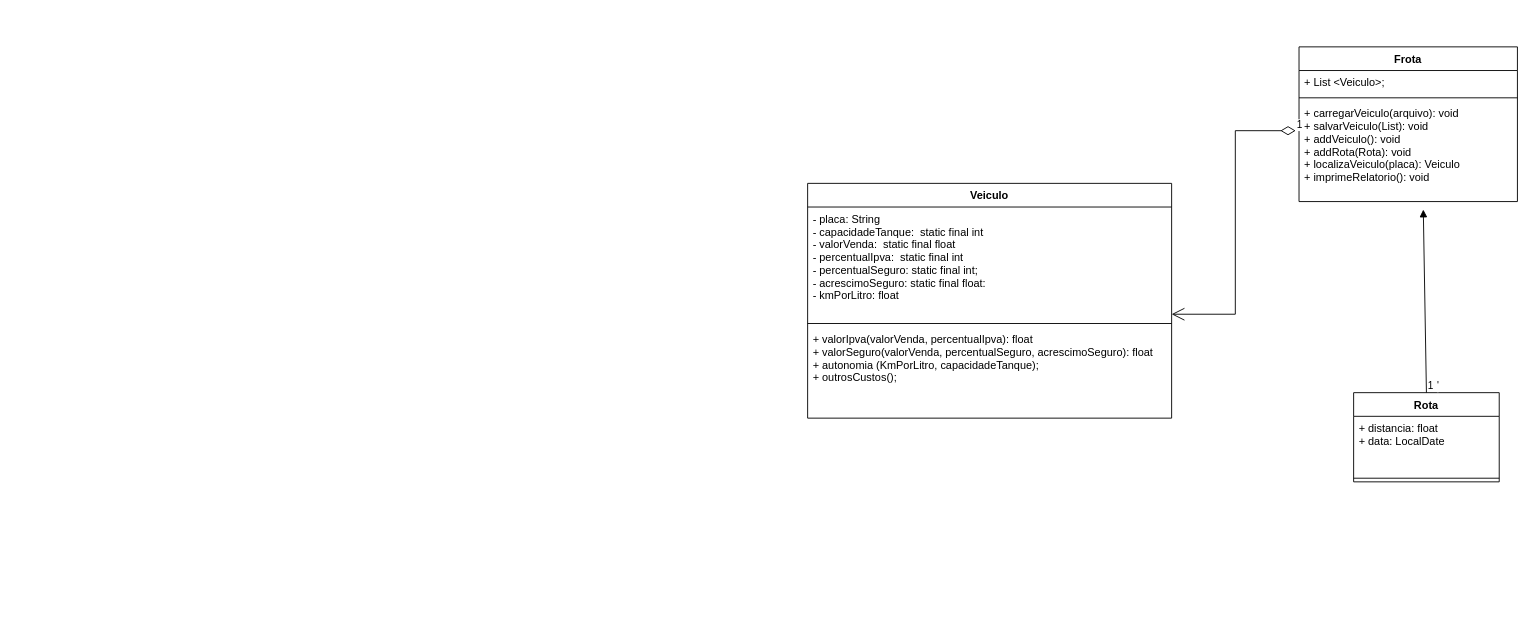
This is docs/diagramas/LPM - Diagrama Projeto 3.drawio from DisciplinasProgramacao/projetos-3-4-5-t-e-a-m, a draw.io file, before an edit. Source tidied: cells renumbered, new cells numbered last; positions are measured from the earlier drawing's top-left corner, leaving out a move shared by most shapes. Both pictures are drawn from the tidied source at 91%, with x=0, y=0 at pixel (807, 46).
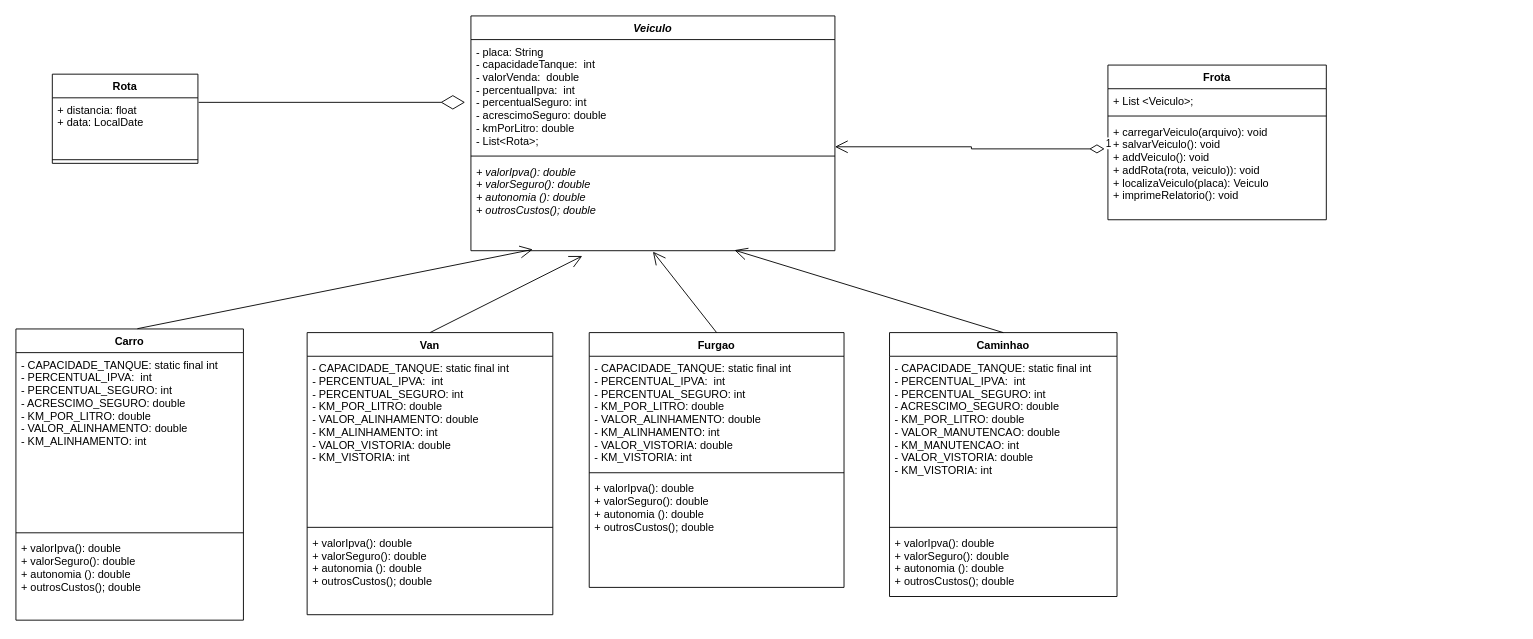
The same page after the edit.

Unchanged cells that the change refers to:
```xml
<mxCell id="7" value="+ distancia: float&#10;+ data: LocalDate " style="text;strokeColor=none;fillColor=none;align=left;verticalAlign=top;spacingLeft=4;spacingRight=4;overflow=hidden;points=[[0,0.5],[1,0.5]];portConstraint=eastwest;" parent="6" vertex="1">
  <mxGeometry y="26" width="160" height="64" as="geometry" />
</mxCell>
```

What changed in the source:
```diff
@@
-    <mxCell id="2" value="Veiculo" style="swimlane;fontStyle=1;align=center;verticalAlign=top;horizontal=1;startSize=26;" parent="1" vertex="1">
-      <mxGeometry y="150" width="400" height="258" as="geometry" />
+    <mxCell id="2" value="Veiculo" style="swimlane;fontStyle=3;align=center;verticalAlign=top;horizontal=1;startSize=26;" parent="1" vertex="1">
+      <mxGeometry x="-370" y="-34" width="400" height="258" as="geometry" />
     </mxCell>
-    <mxCell id="3" value="- placa: String&#10;- capacidadeTanque:  static final int&#10;- valorVenda:  static final float&#10;- percentualIpva:  static final int&#10;- percentualSeguro: static final int;&#10;- acrescimoSeguro: static final float:&#10;- kmPorLitro: float" style="text;strokeColor=none;fillColor=none;align=left;verticalAlign=top;spacingLeft=4;spacingRight=4;overflow=hidden;points=[[0,0.5],[1,0.5]];portConstraint=eastwest;" parent="2" vertex="1">
+    <mxCell id="3" value="- placa: String&#10;- capacidadeTanque:  int&#10;- valorVenda:  double&#10;- percentualIpva:  int&#10;- percentualSeguro: int&#10;- acrescimoSeguro: double&#10;- kmPorLitro: double&#10;- List&lt;Rota&gt;;" style="text;strokeColor=none;fillColor=none;align=left;verticalAlign=top;spacingLeft=4;spacingRight=4;overflow=hidden;points=[[0,0.5],[1,0.5]];portConstraint=eastwest;" parent="2" vertex="1">
       <mxGeometry y="26" width="400" height="124" as="geometry" />
     </mxCell>
@@
-    <mxCell id="5" value="+ valorIpva(valorVenda, percentualIpva): float&#10;+ valorSeguro(valorVenda, percentualSeguro, acrescimoSeguro): float&#10;+ autonomia (KmPorLitro, capacidadeTanque);&#10;+ outrosCustos();" style="text;strokeColor=none;fillColor=none;align=left;verticalAlign=top;spacingLeft=4;spacingRight=4;overflow=hidden;points=[[0,0.5],[1,0.5]];portConstraint=eastwest;" parent="2" vertex="1">
+    <mxCell id="5" value="+ valorIpva(): double&#10;+ valorSeguro(): double&#10;+ autonomia (): double&#10;+ outrosCustos(); double" style="text;strokeColor=none;fillColor=none;align=left;verticalAlign=top;spacingLeft=4;spacingRight=4;overflow=hidden;points=[[0,0.5],[1,0.5]];portConstraint=eastwest;fontStyle=2;" parent="2" vertex="1">
       <mxGeometry y="158" width="400" height="100" as="geometry" />
     </mxCell>
     <mxCell id="6" value="Rota" style="swimlane;fontStyle=1;align=center;verticalAlign=top;horizontal=1;startSize=26;" parent="1" vertex="1">
-      <mxGeometry x="600" y="380" width="160" height="98" as="geometry" />
+      <mxGeometry x="-830" y="30" width="160" height="98" as="geometry" />
     </mxCell>
@@
     <mxCell id="9" value="Frota" style="swimlane;fontStyle=1;align=center;verticalAlign=top;horizontal=1;startSize=26;" parent="1" vertex="1">
-      <mxGeometry x="540" width="240" height="170" as="geometry" />
+      <mxGeometry x="330" y="20" width="240" height="170" as="geometry" />
     </mxCell>
@@
-    <mxCell id="12" value="+ carregarVeiculo(arquivo): void&#10;+ salvarVeiculo(List): void&#10;+ addVeiculo(): void&#10;+ addRota(Rota): void&#10;+ localizaVeiculo(placa): Veiculo&#10;+ imprimeRelatorio(): void" style="text;strokeColor=none;fillColor=none;align=left;verticalAlign=top;spacingLeft=4;spacingRight=4;overflow=hidden;points=[[0,0.5],[1,0.5]];portConstraint=eastwest;" parent="9" vertex="1">
+    <mxCell id="12" value="+ carregarVeiculo(arquivo): void&#10;+ salvarVeiculo(): void&#10;+ addVeiculo(): void&#10;+ addRota(rota, veiculo)): void&#10;+ localizaVeiculo(placa): Veiculo&#10;+ imprimeRelatorio(): void" style="text;strokeColor=none;fillColor=none;align=left;verticalAlign=top;spacingLeft=4;spacingRight=4;overflow=hidden;points=[[0,0.5],[1,0.5]];portConstraint=eastwest;" parent="9" vertex="1">
       <mxGeometry y="60" width="240" height="110" as="geometry" />
     </mxCell>
@@
-    <mxCell id="14" value="'" style="endArrow=block;endFill=1;html=1;align=left;verticalAlign=top;rounded=0;entryX=0.569;entryY=1.08;entryDx=0;entryDy=0;entryPerimeter=0;exitX=0.5;exitY=0;exitDx=0;exitDy=0;" parent="1" edge="1" source="6" target="12">
-      <mxGeometry x="-0.8" y="-10" relative="1" as="geometry" />
-    </mxCell>
-    <mxCell id="15" value="1" style="edgeLabel;html=1;align=left;verticalAlign=bottom;" parent="14" vertex="1">
-      <mxGeometry x="-1" relative="1" as="geometry" />
-    </mxCell>
+    <mxCell id="16" value="Carro" style="swimlane;fontStyle=1;align=center;verticalAlign=top;horizontal=1;startSize=26;" parent="1" vertex="1">
+      <mxGeometry x="-870" y="310" width="250" height="320" as="geometry" />
+    </mxCell>
+    <mxCell id="17" value="- CAPACIDADE_TANQUE: static final int&#10;- PERCENTUAL_IPVA:  int&#10;- PERCENTUAL_SEGURO: int&#10;- ACRESCIMO_SEGURO: double&#10;- KM_POR_LITRO: double&#10;- VALOR_ALINHAMENTO: double&#10;- KM_ALINHAMENTO: int" style="text;strokeColor=none;fillColor=none;align=left;verticalAlign=top;spacingLeft=4;spacingRight=4;overflow=hidden;fontStyle=0;" parent="16" vertex="1">
+      <mxGeometry y="26" width="250" height="194" as="geometry" />
+    </mxCell>
+    <mxCell id="18" style="line;strokeWidth=1;fillColor=none;align=left;verticalAlign=middle;spacingTop=-1;spacingLeft=3;spacingRight=3;labelPosition=right;" parent="16" vertex="1">
+      <mxGeometry y="220" width="250" height="8" as="geometry" />
+    </mxCell>
+    <mxCell id="19" value="+ valorIpva(): double&#10;+ valorSeguro(): double&#10;+ autonomia (): double&#10;+ outrosCustos(); double" style="text;strokeColor=none;fillColor=none;align=left;verticalAlign=top;spacingLeft=4;spacingRight=4;overflow=hidden;fontStyle=0;" parent="16" vertex="1">
+      <mxGeometry y="228" width="250" height="92" as="geometry" />
+    </mxCell>
+    <mxCell id="20" value="Van" style="swimlane;fontStyle=1;align=center;verticalAlign=top;horizontal=1;startSize=26;" parent="1" vertex="1">
+      <mxGeometry x="-550" y="314" width="270" height="310" as="geometry" />
+    </mxCell>
+    <mxCell id="21" value="- CAPACIDADE_TANQUE: static final int&#10;- PERCENTUAL_IPVA:  int&#10;- PERCENTUAL_SEGURO: int&#10;- KM_POR_LITRO: double&#10;- VALOR_ALINHAMENTO: double&#10;- KM_ALINHAMENTO: int&#10;- VALOR_VISTORIA: double&#10;- KM_VISTORIA: int" style="text;strokeColor=none;fillColor=none;align=left;verticalAlign=top;spacingLeft=4;spacingRight=4;overflow=hidden;" parent="20" vertex="1">
+      <mxGeometry y="26" width="270" height="184" as="geometry" />
+    </mxCell>
+    <mxCell id="22" style="line;strokeWidth=1;fillColor=none;align=left;verticalAlign=middle;spacingTop=-1;spacingLeft=3;spacingRight=3;labelPosition=right;" parent="20" vertex="1">
+      <mxGeometry y="210" width="270" height="8" as="geometry" />
+    </mxCell>
+    <mxCell id="23" value="+ valorIpva(): double&#10;+ valorSeguro(): double&#10;+ autonomia (): double&#10;+ outrosCustos(); double" style="text;strokeColor=none;fillColor=none;align=left;verticalAlign=top;spacingLeft=4;spacingRight=4;overflow=hidden;" parent="20" vertex="1">
+      <mxGeometry y="218" width="270" height="92" as="geometry" />
+    </mxCell>
+    <mxCell id="24" value="Furgao" style="swimlane;fontStyle=1;align=center;verticalAlign=top;horizontal=1;startSize=26;" parent="1" vertex="1">
+      <mxGeometry x="-240" y="314" width="280" height="280" as="geometry" />
+    </mxCell>
+    <mxCell id="25" value="- CAPACIDADE_TANQUE: static final int&#10;- PERCENTUAL_IPVA:  int&#10;- PERCENTUAL_SEGURO: int&#10;- KM_POR_LITRO: double&#10;- VALOR_ALINHAMENTO: double&#10;- KM_ALINHAMENTO: int&#10;- VALOR_VISTORIA: double&#10;- KM_VISTORIA: int" style="text;strokeColor=none;fillColor=none;align=left;verticalAlign=top;spacingLeft=4;spacingRight=4;overflow=hidden;" parent="24" vertex="1">
+      <mxGeometry y="26" width="280" height="124" as="geometry" />
+    </mxCell>
+    <mxCell id="26" style="line;strokeWidth=1;fillColor=none;align=left;verticalAlign=middle;spacingTop=-1;spacingLeft=3;spacingRight=3;labelPosition=right;" parent="24" vertex="1">
+      <mxGeometry y="150" width="280" height="8" as="geometry" />
+    </mxCell>
+    <mxCell id="27" value="+ valorIpva(): double&#10;+ valorSeguro(): double&#10;+ autonomia (): double&#10;+ outrosCustos(); double" style="text;strokeColor=none;fillColor=none;align=left;verticalAlign=top;spacingLeft=4;spacingRight=4;overflow=hidden;" parent="24" vertex="1">
+      <mxGeometry y="158" width="280" height="122" as="geometry" />
+    </mxCell>
+    <mxCell id="28" value="Caminhao" style="swimlane;fontStyle=1;align=center;verticalAlign=top;horizontal=1;startSize=26;" parent="1" vertex="1">
+      <mxGeometry x="90" y="314" width="250" height="290" as="geometry" />
+    </mxCell>
+    <mxCell id="29" value="- CAPACIDADE_TANQUE: static final int&#10;- PERCENTUAL_IPVA:  int&#10;- PERCENTUAL_SEGURO: int&#10;- ACRESCIMO_SEGURO: double&#10;- KM_POR_LITRO: double&#10;- VALOR_MANUTENCAO: double&#10;- KM_MANUTENCAO: int&#10;- VALOR_VISTORIA: double&#10;- KM_VISTORIA: int" style="text;strokeColor=none;fillColor=none;align=left;verticalAlign=top;spacingLeft=4;spacingRight=4;overflow=hidden;fontStyle=0;" parent="28" vertex="1">
+      <mxGeometry y="26" width="250" height="184" as="geometry" />
+    </mxCell>
+    <mxCell id="30" style="line;strokeWidth=1;fillColor=none;align=left;verticalAlign=middle;spacingTop=-1;spacingLeft=3;spacingRight=3;labelPosition=right;" parent="28" vertex="1">
+      <mxGeometry y="210" width="250" height="8" as="geometry" />
+    </mxCell>
+    <mxCell id="31" value="+ valorIpva(): double&#10;+ valorSeguro(): double&#10;+ autonomia (): double&#10;+ outrosCustos(); double" style="text;strokeColor=none;fillColor=none;align=left;verticalAlign=top;spacingLeft=4;spacingRight=4;overflow=hidden;" parent="28" vertex="1">
+      <mxGeometry y="218" width="250" height="72" as="geometry" />
+    </mxCell>
+    <mxCell id="32" style="endArrow=open;endFill=1;endSize=12;html=1;exitX=0.534;exitY=-0.001;exitDx=0;exitDy=0;exitPerimeter=0;entryX=0.17;entryY=0.986;entryDx=0;entryDy=0;entryPerimeter=0;" parent="1" edge="1" source="16" target="5">
+      <mxGeometry relative="1" as="geometry" />
+    </mxCell>
+    <mxCell id="33" style="endArrow=open;endFill=1;endSize=12;html=1;exitX=0.5;exitY=0;exitDx=0;exitDy=0;entryX=0.306;entryY=1.058;entryDx=0;entryDy=0;entryPerimeter=0;" parent="1" edge="1" source="20" target="5">
+      <mxGeometry relative="1" as="geometry" />
+    </mxCell>
+    <mxCell id="34" style="endArrow=open;endFill=1;endSize=12;html=1;exitX=0.5;exitY=0;exitDx=0;exitDy=0;entryX=0.5;entryY=1.01;entryDx=0;entryDy=0;entryPerimeter=0;" parent="1" edge="1" source="24" target="5">
+      <mxGeometry relative="1" as="geometry" />
+    </mxCell>
+    <mxCell id="35" style="endArrow=open;endFill=1;endSize=12;html=1;exitX=0.5;exitY=0;exitDx=0;exitDy=0;entryX=0.724;entryY=0.994;entryDx=0;entryDy=0;entryPerimeter=0;" parent="1" edge="1" source="28" target="5">
+      <mxGeometry relative="1" as="geometry" />
+    </mxCell>
+    <mxCell id="36" style="endArrow=diamondThin;endFill=0;endSize=24;html=1;entryX=-0.016;entryY=0.556;entryDx=0;entryDy=0;entryPerimeter=0;exitX=1.005;exitY=0.078;exitDx=0;exitDy=0;exitPerimeter=0;" parent="1" edge="1" source="7" target="3">
+      <mxGeometry relative="1" as="geometry" />
+    </mxCell>
```
